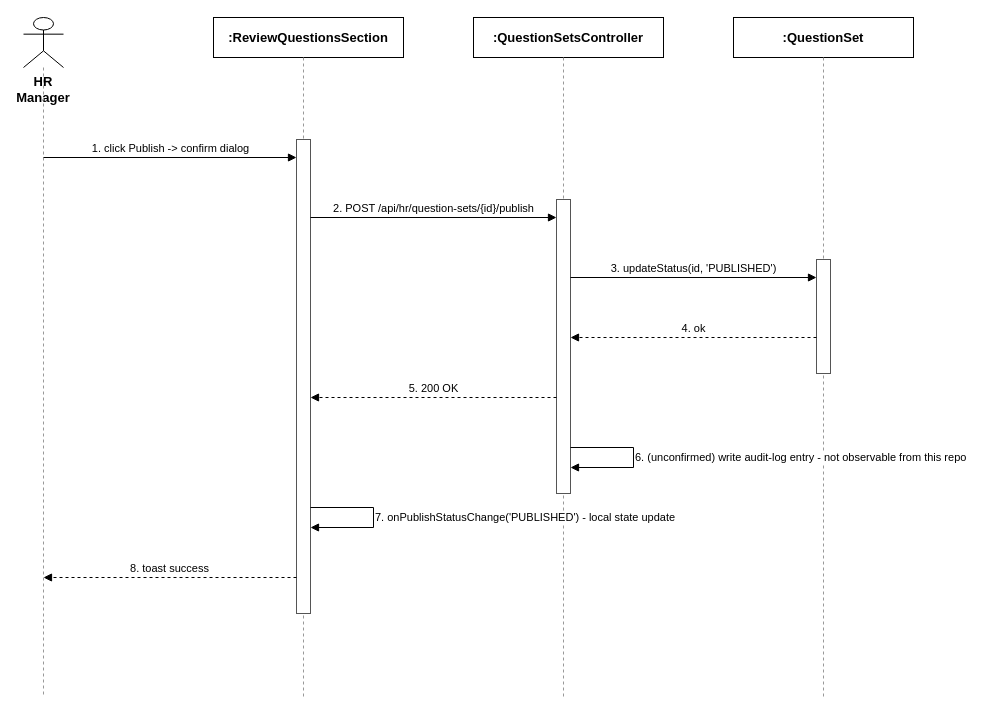
Before: docs/qa/sequence-diagrams/Report4_SequenceDiagram_HRManager_AuditLogging.drawio in tulklk/AI_Interview_Question_Generation_RAG_LLM_FE, a draw.io diagram. Source tidied: cells renumbered, new cells numbered last; positions are measured from the earlier drawing's top-left corner, leaving out a move shared by most shapes. Both pictures are drawn from the tidied source at 100%, with x=0, y=0 at pixel (23, 17).
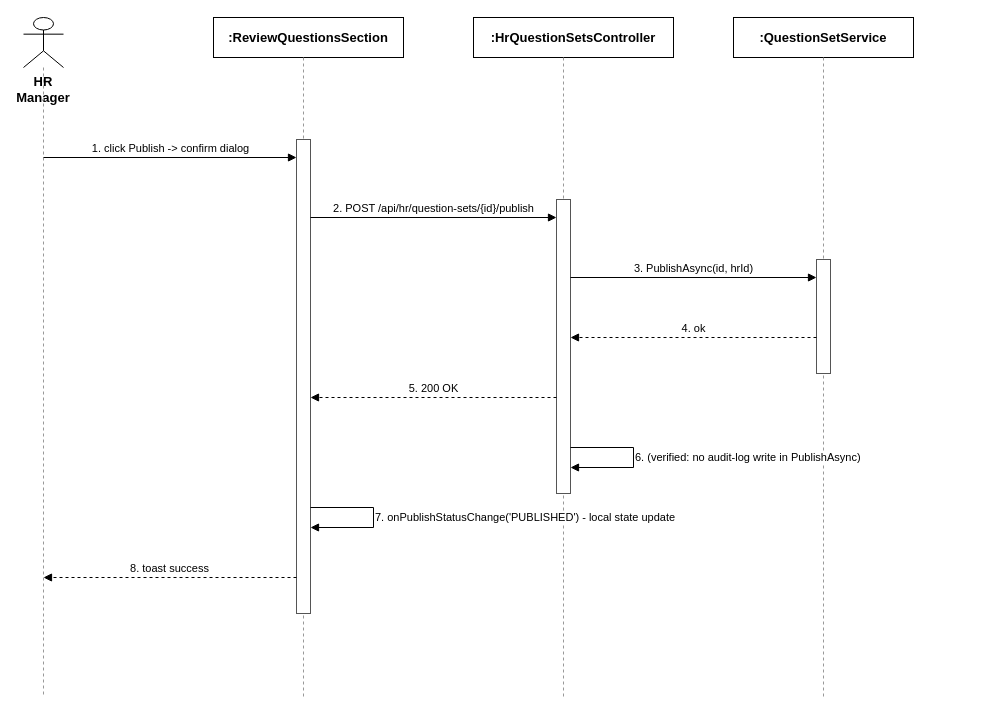
The same diagram, later.

Commit message (it also covers changes not shown here):
docs(qa): correct legacy 9 sequence diagrams against real BE, flag 2 fictional notification flows

The edit, as a diff of the source:
```diff
@@
-    <mxCell id="6" value=":QuestionSetsController" style="rounded=0;whiteSpace=wrap;html=1;fontSize=13;fillColor=#ffffff;strokeColor=#000000;fontStyle=1;" parent="1" vertex="1">
-      <mxGeometry x="450" width="190" height="40" as="geometry" />
+    <mxCell id="6" value=":HrQuestionSetsController" style="rounded=0;whiteSpace=wrap;html=1;fontSize=13;fillColor=#ffffff;strokeColor=#000000;fontStyle=1;" parent="1" vertex="1">
+      <mxGeometry x="450" width="200" height="40" as="geometry" />
     </mxCell>
@@
-    <mxCell id="8" value=":QuestionSet" style="rounded=0;whiteSpace=wrap;html=1;fontSize=13;fillColor=#ffffff;strokeColor=#000000;fontStyle=1;" parent="1" vertex="1">
+    <mxCell id="8" value=":QuestionSetService" style="rounded=0;whiteSpace=wrap;html=1;fontSize=13;fillColor=#ffffff;strokeColor=#000000;fontStyle=1;" parent="1" vertex="1">
       <mxGeometry x="710" width="180" height="40" as="geometry" />
     </mxCell>
@@
-    <mxCell id="15" value="3. updateStatus(id, 'PUBLISHED')" style="endArrow=block;endFill=1;html=1;fontSize=11;align=center;verticalAlign=bottom;labelBackgroundColor=#ffffff;strokeColor=#000000;" parent="1" edge="1">
+    <mxCell id="15" value="3. PublishAsync(id, hrId)" style="endArrow=block;endFill=1;html=1;fontSize=11;align=center;verticalAlign=bottom;labelBackgroundColor=#ffffff;strokeColor=#000000;" parent="1" edge="1">
       <mxGeometry relative="1" as="geometry">
         <mxPoint x="547" y="260" as="sourcePoint" />
         <mxPoint x="793" y="260" as="targetPoint" />
       </mxGeometry>
     </mxCell>
@@
-    <mxCell id="18" value="6. (unconfirmed) write audit-log entry - not observable from this repo" style="endArrow=block;endFill=1;html=1;fontSize=11;align=left;verticalAlign=middle;labelBackgroundColor=#ffffff;rounded=0;strokeColor=#000000;" parent="1" edge="1">
+    <mxCell id="18" value="6. (verified: no audit-log write in PublishAsync)" style="endArrow=block;endFill=1;html=1;fontSize=11;align=left;verticalAlign=middle;labelBackgroundColor=#ffffff;rounded=0;strokeColor=#000000;" parent="1" edge="1">
       <mxGeometry relative="1" as="geometry">
         <mxPoint x="547" y="430" as="sourcePoint" />
         <mxPoint x="547" y="450" as="targetPoint" />
         <Array as="points">
           <mxPoint x="610" y="430" />
           <mxPoint x="610" y="450" />
         </Array>
       </mxGeometry>
     </mxCell>
```
